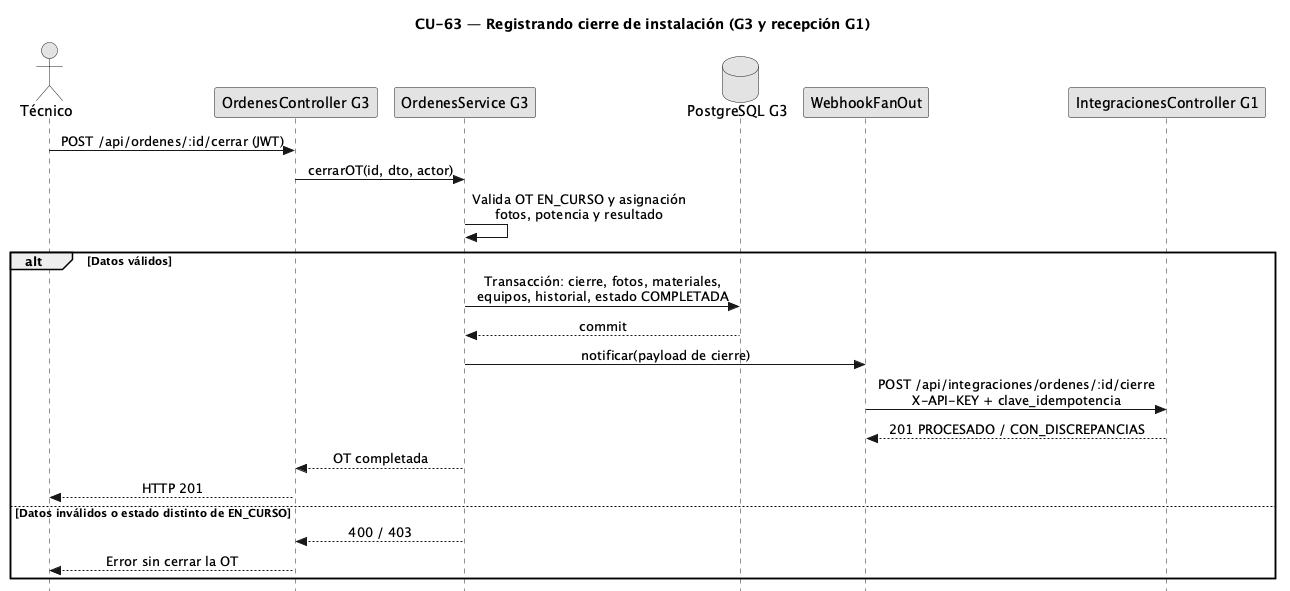
Above: diagramas/incremento3/CU63-g3-secuencia.png in FSM-Finet-y-Cable-Magico/Team_1-Inventario-y-Bodega (PlantUML), before the change. Its diagram source:
```plantuml
@startuml
skinparam style strictuml
skinparam monochrome true
skinparam shadowing false
skinparam sequenceMessageAlign center
hide footbox
title CU-63 — Registrando cierre de instalación (G3 y recepción G1)
actor "Técnico" as T
participant "OrdenesController G3" as C
participant "OrdenesService G3" as S
database "PostgreSQL G3" as D
participant "WebhookFanOut" as F
participant "IntegracionesController G1" as G1
T -> C : POST /api/ordenes/:id/cerrar (JWT)
C -> S : cerrarOT(id, dto, actor)
S -> S : Valida OT EN_CURSO y asignación\nfotos, potencia y resultado
alt Datos válidos
S -> D : Transacción: cierre, fotos, materiales,\nequipos, historial, estado COMPLETADA
D --> S : commit
S -> F : notificar(payload de cierre)
F -> G1 : POST /api/integraciones/ordenes/:id/cierre\nX-API-KEY + clave_idempotencia
G1 --> F : 201 PROCESADO / CON_DISCREPANCIAS
S --> C : OT completada
C --> T : HTTP 201
else Datos inválidos o estado distinto de EN_CURSO
S --> C : 400 / 403
C --> T : Error sin cerrar la OT
end
@enduml
```
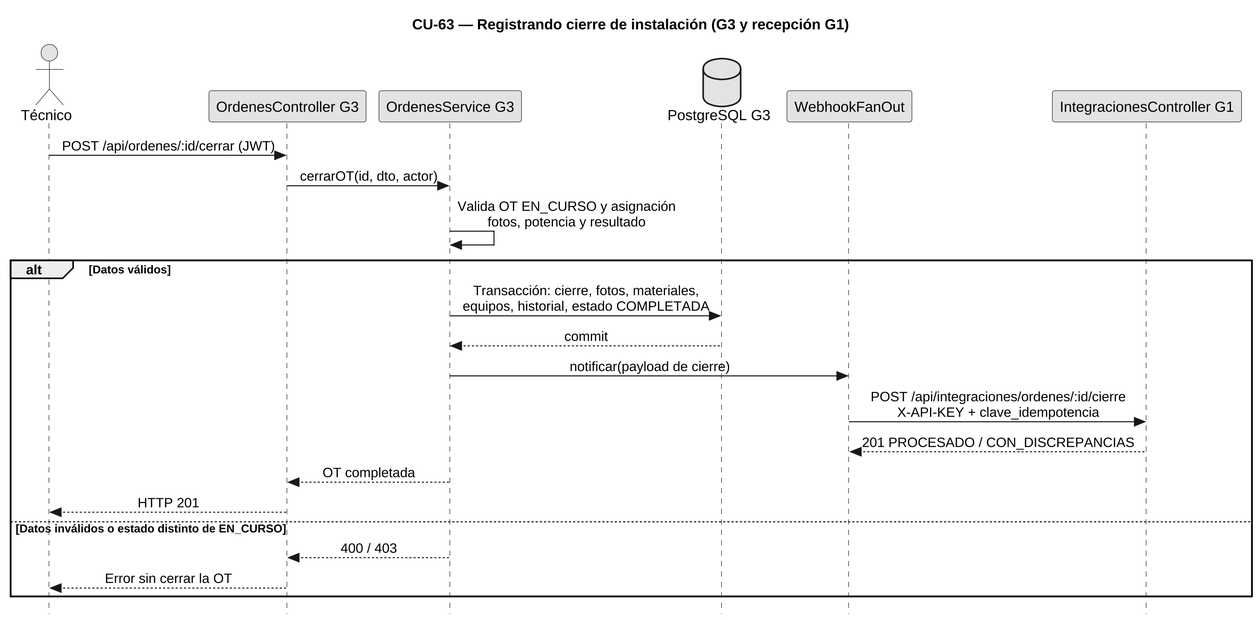
Later version of the same file.

What changed in the source:
```diff
@@ -1,4 +1,12 @@
 @startuml
+skinparamlocked dpi 240
+skinparamlocked defaultFontName Liberation Sans
+skinparam sequenceDividerBorderThickness 0.6
+skinparam sequenceDividerBorderColor 888888
+skinparam sequenceDividerBackgroundColor white
+skinparam sequenceDividerFontStyle italic
+skinparam sequenceDividerFontColor 444444
+skinparam sequenceDividerShadowing false
 skinparam style strictuml
 skinparam monochrome true
 skinparam shadowing false
```
